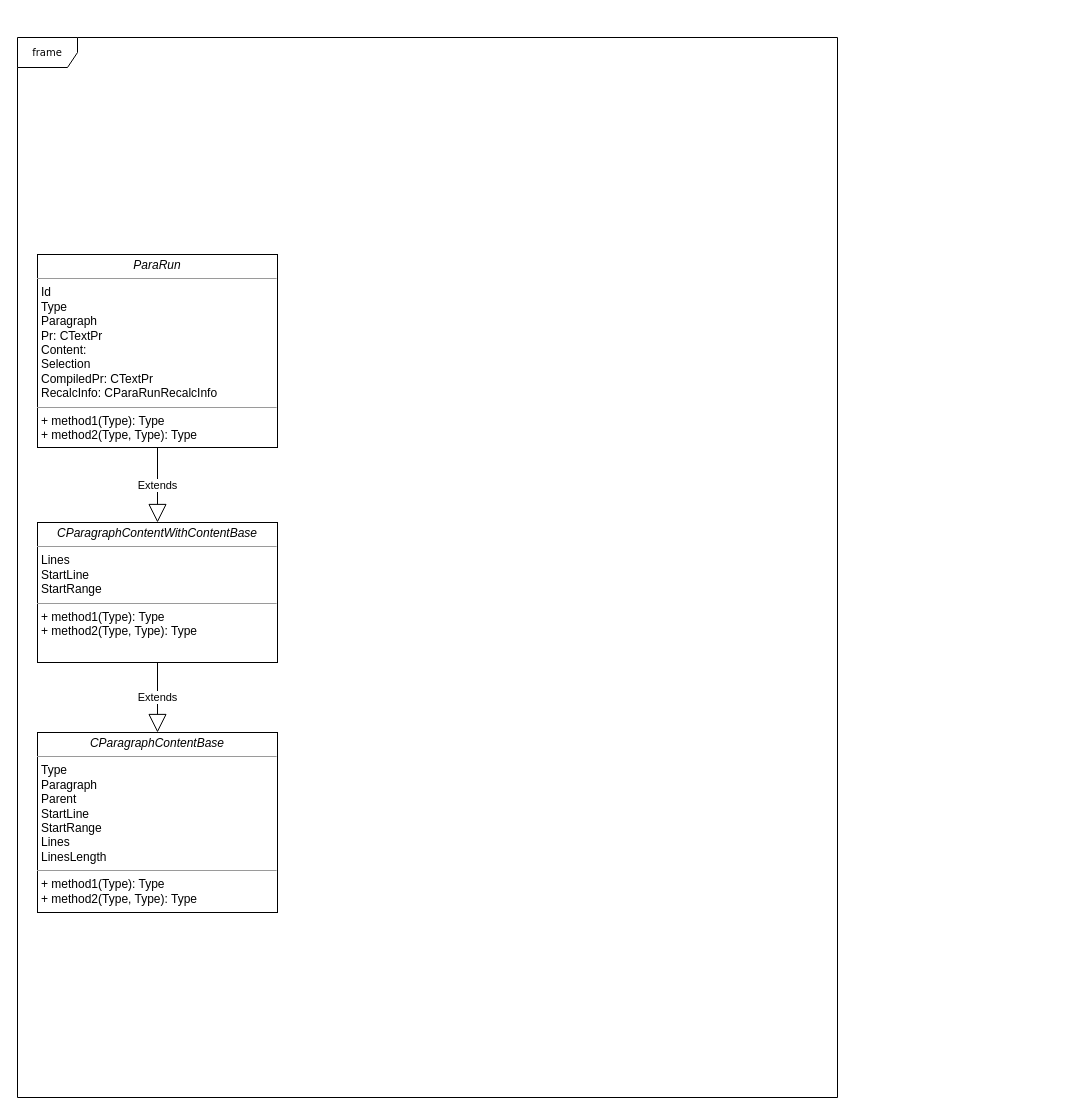
Before: onlyoffice.drawio in LeeGenD/draw.io, a draw.io diagram. Source tidied: cells renumbered, new cells numbered last; positions are measured from the earlier drawing's top-left corner, leaving out a move shared by most shapes. Both pictures are drawn from the tidied source at 100%, with x=0, y=0 at pixel (17, 37).
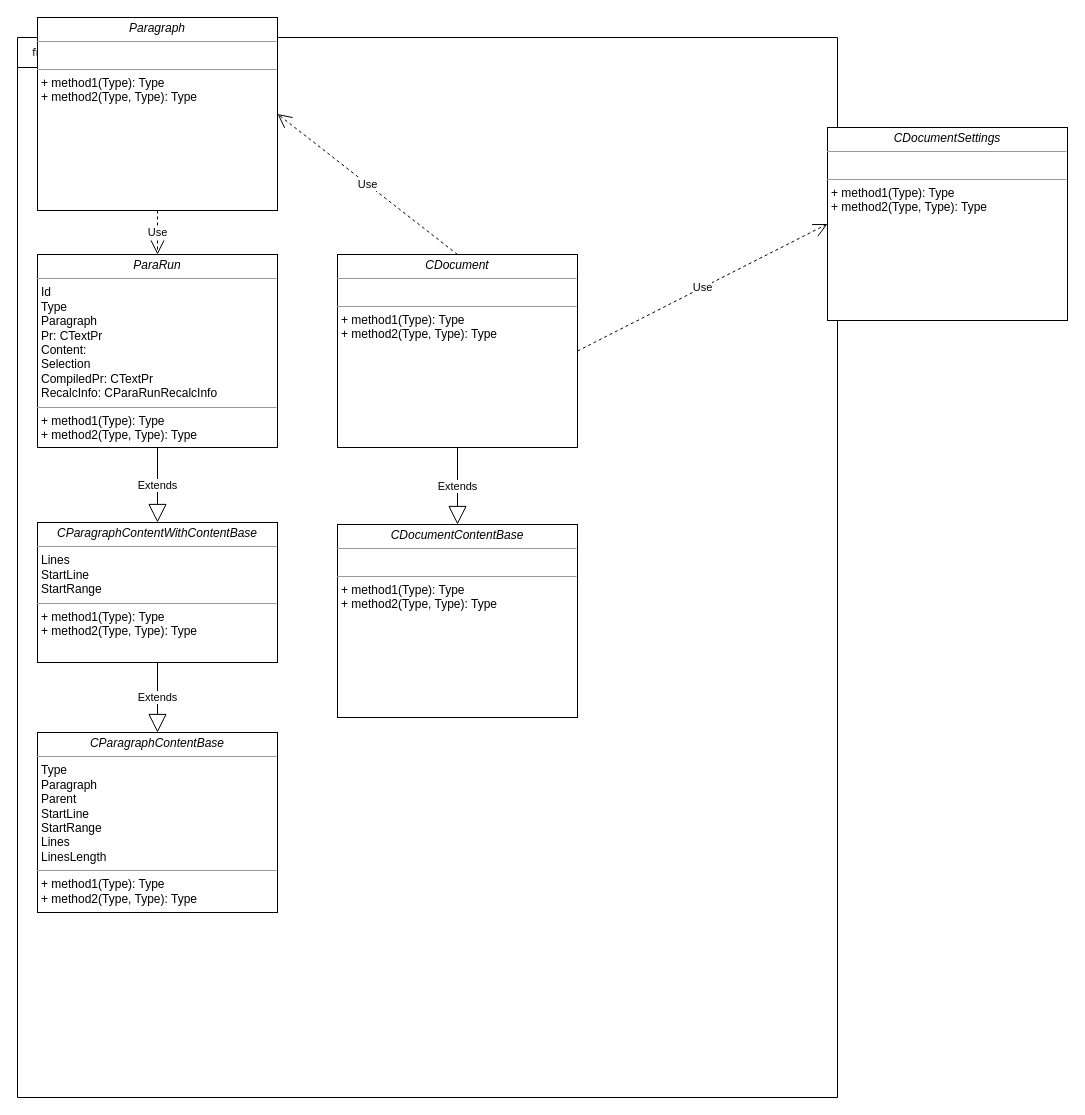
The same page after the edit.

What changed in the source:
```diff
@@
 <mxGraphModel>
   <root>
     <mxCell id="0" />
     <mxCell id="1" parent="0" />
     <mxCell id="2" value="frame" style="shape=umlFrame;whiteSpace=wrap;html=1;rounded=0;shadow=0;comic=0;labelBackgroundColor=none;strokeWidth=1;fontFamily=Verdana;fontSize=10;align=center;" parent="1" vertex="1">
       <mxGeometry width="820" height="1060" as="geometry" />
     </mxCell>
     <mxCell id="3" value="&lt;p style=&quot;margin: 0px ; margin-top: 4px ; text-align: center&quot;&gt;&lt;i&gt;ParaRun&lt;/i&gt;&lt;br&gt;&lt;/p&gt;&lt;hr size=&quot;1&quot;&gt;&lt;p style=&quot;margin: 0px ; margin-left: 4px&quot;&gt;Id&lt;br&gt;&lt;/p&gt;&lt;p style=&quot;margin: 0px ; margin-left: 4px&quot;&gt;Type&lt;br&gt;&lt;/p&gt;&lt;p style=&quot;margin: 0px ; margin-left: 4px&quot;&gt;Paragraph&lt;br&gt;&lt;/p&gt;&lt;p style=&quot;margin: 0px ; margin-left: 4px&quot;&gt;Pr:&amp;nbsp;CTextPr&lt;br&gt;&lt;/p&gt;&lt;p style=&quot;margin: 0px ; margin-left: 4px&quot;&gt;Content:&lt;br&gt;&lt;/p&gt;&lt;p style=&quot;margin: 0px ; margin-left: 4px&quot;&gt;Selection&lt;br&gt;&lt;/p&gt;&lt;p style=&quot;margin: 0px ; margin-left: 4px&quot;&gt;CompiledPr:&amp;nbsp;CTextPr&lt;br&gt;&lt;/p&gt;&lt;p style=&quot;margin: 0px ; margin-left: 4px&quot;&gt;RecalcInfo:&amp;nbsp;CParaRunRecalcInfo&lt;br&gt;&lt;/p&gt;&lt;hr size=&quot;1&quot;&gt;&lt;p style=&quot;margin: 0px ; margin-left: 4px&quot;&gt;+ method1(Type): Type&lt;br&gt;+ method2(Type, Type): Type&lt;/p&gt;" style="verticalAlign=top;align=left;overflow=fill;fontSize=12;fontFamily=Helvetica;html=1;rounded=0;shadow=0;comic=0;labelBackgroundColor=none;strokeWidth=1;" parent="1" vertex="1">
       <mxGeometry x="20" y="217" width="240" height="193" as="geometry" />
     </mxCell>
     <mxCell id="4" value="&lt;p style=&quot;margin: 0px ; margin-top: 4px ; text-align: center&quot;&gt;&lt;i&gt;CParagraphContentWithContentBase&lt;/i&gt;&lt;br&gt;&lt;/p&gt;&lt;hr size=&quot;1&quot;&gt;&lt;p style=&quot;margin: 0px ; margin-left: 4px&quot;&gt;Lines&lt;br&gt;&lt;/p&gt;&lt;p style=&quot;margin: 0px ; margin-left: 4px&quot;&gt;StartLine&lt;br&gt;&lt;/p&gt;&lt;p style=&quot;margin: 0px ; margin-left: 4px&quot;&gt;StartRange&lt;br&gt;&lt;/p&gt;&lt;hr size=&quot;1&quot;&gt;&lt;p style=&quot;margin: 0px ; margin-left: 4px&quot;&gt;+ method1(Type): Type&lt;br&gt;+ method2(Type, Type): Type&lt;/p&gt;" style="verticalAlign=top;align=left;overflow=fill;fontSize=12;fontFamily=Helvetica;html=1;rounded=0;shadow=0;comic=0;labelBackgroundColor=none;strokeWidth=1;" parent="1" vertex="1">
       <mxGeometry x="20" y="485" width="240" height="140" as="geometry" />
     </mxCell>
     <mxCell id="5" value="&lt;p style=&quot;margin: 0px ; margin-top: 4px ; text-align: center&quot;&gt;&lt;i&gt;CParagraphContentBase&lt;/i&gt;&lt;br&gt;&lt;/p&gt;&lt;hr size=&quot;1&quot;&gt;&lt;p style=&quot;margin: 0px ; margin-left: 4px&quot;&gt;Type&lt;/p&gt;&lt;p style=&quot;margin: 0px ; margin-left: 4px&quot;&gt;Paragraph&lt;/p&gt;&lt;p style=&quot;margin: 0px ; margin-left: 4px&quot;&gt;Parent&lt;/p&gt;&lt;p style=&quot;margin: 0px ; margin-left: 4px&quot;&gt;StartLine&lt;/p&gt;&lt;p style=&quot;margin: 0px ; margin-left: 4px&quot;&gt;StartRange&lt;/p&gt;&lt;p style=&quot;margin: 0px ; margin-left: 4px&quot;&gt;Lines&lt;/p&gt;&lt;p style=&quot;margin: 0px ; margin-left: 4px&quot;&gt;LinesLength&lt;br&gt;&lt;/p&gt;&lt;hr size=&quot;1&quot;&gt;&lt;p style=&quot;margin: 0px ; margin-left: 4px&quot;&gt;+ method1(Type): Type&lt;br&gt;+ method2(Type, Type): Type&lt;/p&gt;" style="verticalAlign=top;align=left;overflow=fill;fontSize=12;fontFamily=Helvetica;html=1;rounded=0;shadow=0;comic=0;labelBackgroundColor=none;strokeWidth=1;" parent="1" vertex="1">
       <mxGeometry x="20" y="695" width="240" height="180" as="geometry" />
     </mxCell>
     <mxCell id="6" value="Extends" style="endArrow=block;endSize=16;endFill=0;html=1;rounded=0;exitX=0.5;exitY=1;exitDx=0;exitDy=0;" parent="1" edge="1" source="4" target="5">
       <mxGeometry relative="1" as="geometry" />
     </mxCell>
     <mxCell id="7" value="Extends" style="endArrow=block;endSize=16;endFill=0;html=1;rounded=0;exitX=0.5;exitY=1;exitDx=0;exitDy=0;entryX=0.5;entryY=0;entryDx=0;entryDy=0;" parent="1" edge="1" source="3" target="4">
       <mxGeometry relative="1" as="geometry" />
     </mxCell>
+    <mxCell id="8" value="&lt;p style=&quot;margin: 0px ; margin-top: 4px ; text-align: center&quot;&gt;&lt;i&gt;CDocument&lt;/i&gt;&lt;br&gt;&lt;/p&gt;&lt;hr size=&quot;1&quot;&gt;&lt;p style=&quot;margin: 0px ; margin-left: 4px&quot;&gt;&lt;br&gt;&lt;/p&gt;&lt;hr size=&quot;1&quot;&gt;&lt;p style=&quot;margin: 0px ; margin-left: 4px&quot;&gt;+ method1(Type): Type&lt;br&gt;+ method2(Type, Type): Type&lt;/p&gt;" style="verticalAlign=top;align=left;overflow=fill;fontSize=12;fontFamily=Helvetica;html=1;rounded=0;shadow=0;comic=0;labelBackgroundColor=none;strokeWidth=1;" parent="1" vertex="1">
+      <mxGeometry x="320" y="217" width="240" height="193" as="geometry" />
+    </mxCell>
+    <mxCell id="9" value="&lt;p style=&quot;margin: 0px ; margin-top: 4px ; text-align: center&quot;&gt;&lt;i&gt;CDocumentContentBase&lt;/i&gt;&lt;br&gt;&lt;/p&gt;&lt;hr size=&quot;1&quot;&gt;&lt;p style=&quot;margin: 0px ; margin-left: 4px&quot;&gt;&lt;br&gt;&lt;/p&gt;&lt;hr size=&quot;1&quot;&gt;&lt;p style=&quot;margin: 0px ; margin-left: 4px&quot;&gt;+ method1(Type): Type&lt;br&gt;+ method2(Type, Type): Type&lt;/p&gt;" style="verticalAlign=top;align=left;overflow=fill;fontSize=12;fontFamily=Helvetica;html=1;rounded=0;shadow=0;comic=0;labelBackgroundColor=none;strokeWidth=1;" parent="1" vertex="1">
+      <mxGeometry x="320" y="487" width="240" height="193" as="geometry" />
+    </mxCell>
+    <mxCell id="10" value="&lt;p style=&quot;margin: 0px ; margin-top: 4px ; text-align: center&quot;&gt;&lt;i&gt;CDocumentSettings&lt;/i&gt;&lt;br&gt;&lt;/p&gt;&lt;hr size=&quot;1&quot;&gt;&lt;p style=&quot;margin: 0px ; margin-left: 4px&quot;&gt;&lt;br&gt;&lt;/p&gt;&lt;hr size=&quot;1&quot;&gt;&lt;p style=&quot;margin: 0px ; margin-left: 4px&quot;&gt;+ method1(Type): Type&lt;br&gt;+ method2(Type, Type): Type&lt;/p&gt;" style="verticalAlign=top;align=left;overflow=fill;fontSize=12;fontFamily=Helvetica;html=1;rounded=0;shadow=0;comic=0;labelBackgroundColor=none;strokeWidth=1;" parent="1" vertex="1">
+      <mxGeometry x="810" y="90" width="240" height="193" as="geometry" />
+    </mxCell>
+    <mxCell id="11" value="Extends" style="endArrow=block;endSize=16;endFill=0;html=1;rounded=0;exitX=0.5;exitY=1;exitDx=0;exitDy=0;" parent="1" edge="1" source="8" target="9">
+      <mxGeometry relative="1" as="geometry" />
+    </mxCell>
+    <mxCell id="12" value="Use" style="endArrow=open;endSize=12;dashed=1;html=1;rounded=0;exitX=1;exitY=0.5;exitDx=0;exitDy=0;entryX=0;entryY=0.5;entryDx=0;entryDy=0;" parent="1" edge="1" source="8" target="10">
+      <mxGeometry relative="1" as="geometry" />
+    </mxCell>
+    <mxCell id="13" value="&lt;p style=&quot;margin: 0px ; margin-top: 4px ; text-align: center&quot;&gt;&lt;i&gt;Paragraph&lt;/i&gt;&lt;br&gt;&lt;/p&gt;&lt;hr size=&quot;1&quot;&gt;&lt;p style=&quot;margin: 0px ; margin-left: 4px&quot;&gt;&lt;br&gt;&lt;/p&gt;&lt;hr size=&quot;1&quot;&gt;&lt;p style=&quot;margin: 0px ; margin-left: 4px&quot;&gt;+ method1(Type): Type&lt;br&gt;+ method2(Type, Type): Type&lt;/p&gt;" style="verticalAlign=top;align=left;overflow=fill;fontSize=12;fontFamily=Helvetica;html=1;rounded=0;shadow=0;comic=0;labelBackgroundColor=none;strokeWidth=1;" parent="1" vertex="1">
+      <mxGeometry x="20" y="-20" width="240" height="193" as="geometry" />
+    </mxCell>
+    <mxCell id="14" value="Use" style="endArrow=open;endSize=12;dashed=1;html=1;rounded=0;exitX=0.5;exitY=1;exitDx=0;exitDy=0;entryX=0.5;entryY=0;entryDx=0;entryDy=0;" parent="1" edge="1" source="13" target="3">
+      <mxGeometry relative="1" as="geometry" />
+    </mxCell>
+    <mxCell id="15" value="Use" style="endArrow=open;endSize=12;dashed=1;html=1;rounded=0;exitX=0.5;exitY=0;exitDx=0;exitDy=0;entryX=1;entryY=0.5;entryDx=0;entryDy=0;" parent="1" edge="1" source="8" target="13">
+      <mxGeometry relative="1" as="geometry" />
+    </mxCell>
   </root>
 </mxGraphModel>
```
